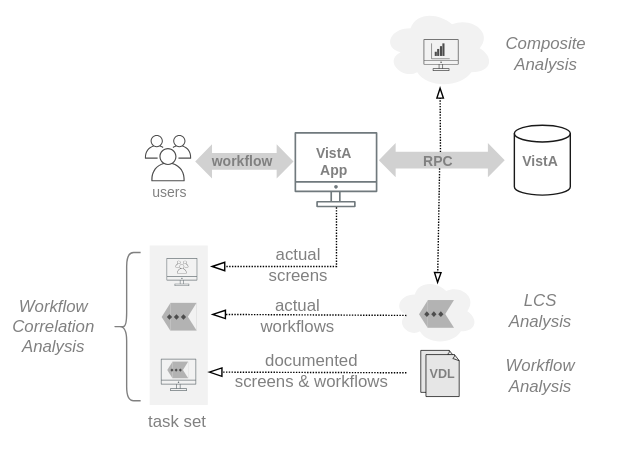
Above: img/workflow-analytics.svg in cloudvista/vaa (draw.io), before the change. Source tidied: cells renumbered, new cells last; positions are measured from the earlier drawing's top-left corner, leaving out a move shared by most shapes.
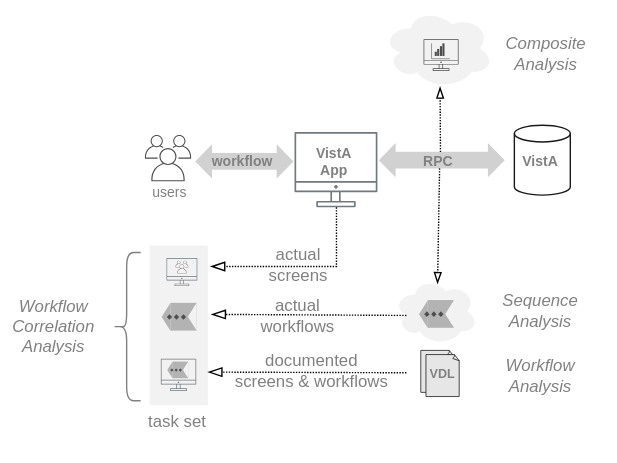
The same diagram one commit later.

Diff of the diagram source:
```diff
@@ -52,7 +52,7 @@
     <mxCell id="16" value="&lt;i&gt;Workflow&lt;br&gt;Correlation&lt;br&gt;Analysis&lt;/i&gt;" style="text;strokeColor=none;align=center;fillColor=none;html=1;verticalAlign=middle;whiteSpace=wrap;rounded=0;fontColor=#808080;" parent="1" vertex="1">
       <mxGeometry x="8" y="218" width="60" height="30" as="geometry" />
     </mxCell>
-    <mxCell id="17" value="&lt;i&gt;LCS&lt;br&gt;Analysis&lt;/i&gt;" style="text;strokeColor=none;align=center;fillColor=none;html=1;verticalAlign=middle;whiteSpace=wrap;rounded=0;fontColor=#808080;" parent="1" vertex="1">
+    <mxCell id="17" value="&lt;i&gt;Sequence&lt;br&gt;Analysis&lt;/i&gt;" style="text;strokeColor=none;align=center;fillColor=none;html=1;verticalAlign=middle;whiteSpace=wrap;rounded=0;fontColor=#808080;" parent="1" vertex="1">
       <mxGeometry x="356.1" y="207" width="60" height="30" as="geometry" />
     </mxCell>
     <mxCell id="18" style="edgeStyle=elbowEdgeStyle;elbow=vertical;endArrow=blockThin;html=1;curved=0;rounded=0;endSize=8;startSize=8;dashed=1;dashPattern=1 1;fontSize=10;endFill=0;startArrow=none;startFill=0;" parent="1" edge="1" source="6">
```
